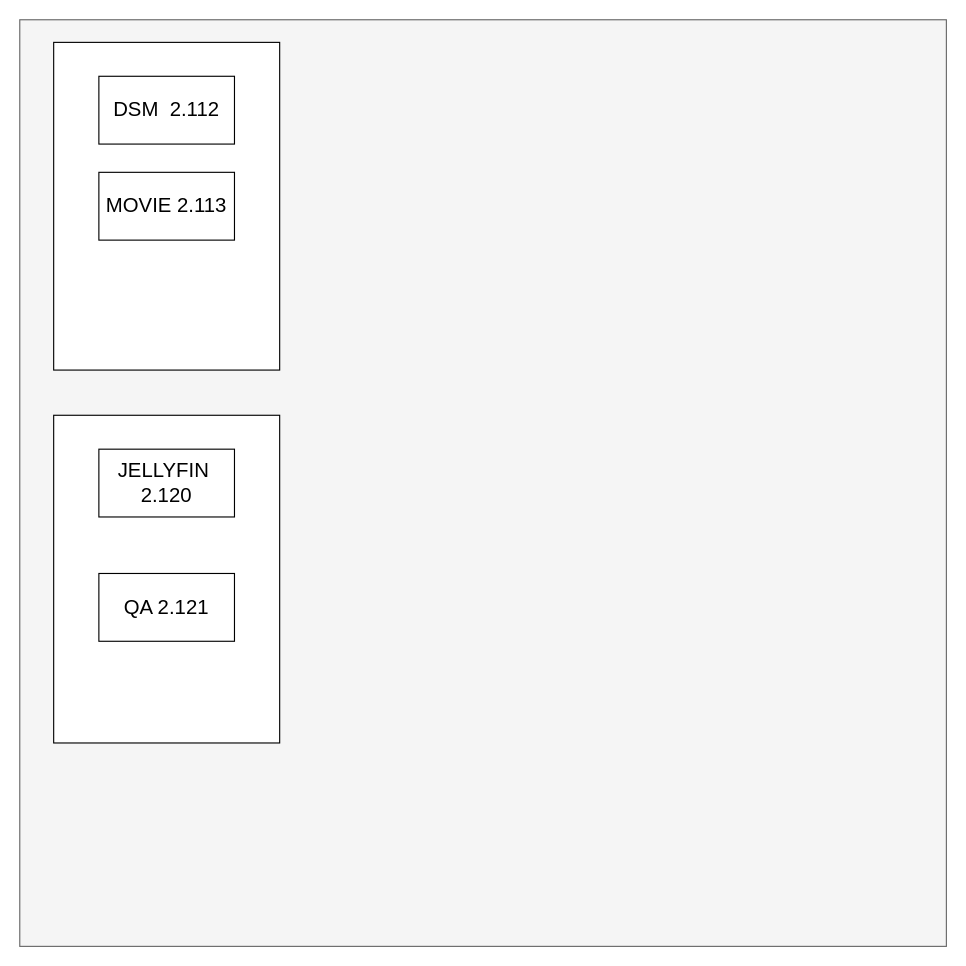
Before: src/Untitled Diagram.drawio in yehonghao/draw, a draw.io diagram. Source tidied: cells renumbered, new cells numbered last; positions are measured from the earlier drawing's top-left corner, leaving out a move shared by most shapes. Both pictures are drawn from the tidied source at 113%, with x=0, y=0 at pixel (19, 19).
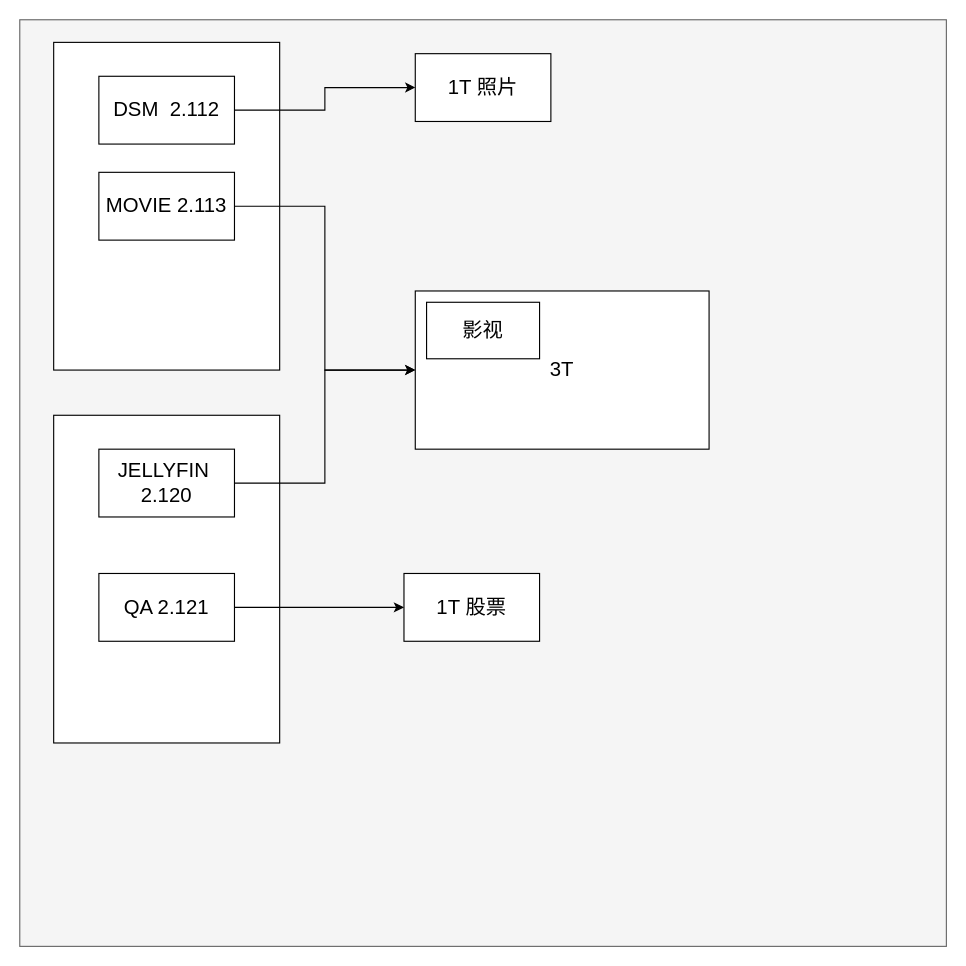
Above is the later version.

Change to the diagram source:
```diff
@@
 <mxGraphModel>
   <root>
     <mxCell id="0" />
     <mxCell id="1" parent="0" />
     <mxCell id="2" style="whiteSpace=wrap;html=1;fillColor=#f5f5f5;fontColor=#333333;strokeColor=#666666;" parent="1" vertex="1">
       <mxGeometry width="820" height="820" as="geometry" />
     </mxCell>
     <mxCell id="3" style="rounded=0;whiteSpace=wrap;html=1;" parent="1" vertex="1">
       <mxGeometry x="30" y="20" width="200" height="290" as="geometry" />
     </mxCell>
+    <mxCell id="9" style="edgeStyle=orthogonalEdgeStyle;rounded=0;jettySize=auto;html=1;exitX=1;exitY=0.5;exitDx=0;exitDy=0;fontSize=18;" parent="1" edge="1" source="4" target="14">
+      <mxGeometry relative="1" as="geometry" />
+    </mxCell>
     <mxCell id="4" value="DSM&amp;nbsp; 2.112" style="rounded=0;whiteSpace=wrap;html=1;fontSize=18;" parent="1" vertex="1">
       <mxGeometry x="70" y="50" width="120" height="60" as="geometry" />
     </mxCell>
+    <mxCell id="10" style="edgeStyle=orthogonalEdgeStyle;rounded=0;jettySize=auto;html=1;exitX=1;exitY=0.5;exitDx=0;exitDy=0;entryX=0;entryY=0.5;entryDx=0;entryDy=0;fontSize=18;" parent="1" edge="1" source="5" target="13">
+      <mxGeometry relative="1" as="geometry" />
+    </mxCell>
     <mxCell id="5" value="MOVIE 2.113" style="rounded=0;whiteSpace=wrap;html=1;fontSize=18;" parent="1" vertex="1">
       <mxGeometry x="70" y="135" width="120" height="60" as="geometry" />
     </mxCell>
     <mxCell id="6" style="rounded=0;whiteSpace=wrap;html=1;" parent="1" vertex="1">
       <mxGeometry x="30" y="350" width="200" height="290" as="geometry" />
     </mxCell>
+    <mxCell id="11" style="edgeStyle=orthogonalEdgeStyle;rounded=0;jettySize=auto;html=1;exitX=1;exitY=0.5;exitDx=0;exitDy=0;fontSize=18;entryX=0;entryY=0.5;entryDx=0;entryDy=0;" parent="1" edge="1" source="7" target="13">
+      <mxGeometry relative="1" as="geometry" />
+    </mxCell>
     <mxCell id="7" value="JELLYFIN&amp;nbsp; 2.120" style="rounded=0;whiteSpace=wrap;html=1;fontSize=18;" parent="1" vertex="1">
       <mxGeometry x="70" y="380" width="120" height="60" as="geometry" />
     </mxCell>
+    <mxCell id="12" style="edgeStyle=orthogonalEdgeStyle;rounded=0;jettySize=auto;html=1;exitX=1;exitY=0.5;exitDx=0;exitDy=0;entryX=0;entryY=0.5;entryDx=0;entryDy=0;fontSize=18;" parent="1" edge="1" source="8" target="16">
+      <mxGeometry relative="1" as="geometry" />
+    </mxCell>
     <mxCell id="8" value="QA 2.121" style="rounded=0;whiteSpace=wrap;html=1;fontSize=18;" parent="1" vertex="1">
       <mxGeometry x="70" y="490" width="120" height="60" as="geometry" />
     </mxCell>
+    <mxCell id="13" value="3T" style="rounded=0;whiteSpace=wrap;html=1;fontSize=18;" parent="1" vertex="1">
+      <mxGeometry x="350" y="240" width="260" height="140" as="geometry" />
+    </mxCell>
+    <mxCell id="14" value="1T 照片" style="rounded=0;whiteSpace=wrap;html=1;fontSize=18;" parent="1" vertex="1">
+      <mxGeometry x="350" y="30" width="120" height="60" as="geometry" />
+    </mxCell>
+    <mxCell id="15" value="影视" style="rounded=0;whiteSpace=wrap;html=1;fontSize=18;" parent="1" vertex="1">
+      <mxGeometry x="360" y="250" width="100" height="50" as="geometry" />
+    </mxCell>
+    <mxCell id="16" value="1T 股票" style="rounded=0;whiteSpace=wrap;html=1;fontSize=18;" parent="1" vertex="1">
+      <mxGeometry x="340" y="490" width="120" height="60" as="geometry" />
+    </mxCell>
   </root>
 </mxGraphModel>
```
